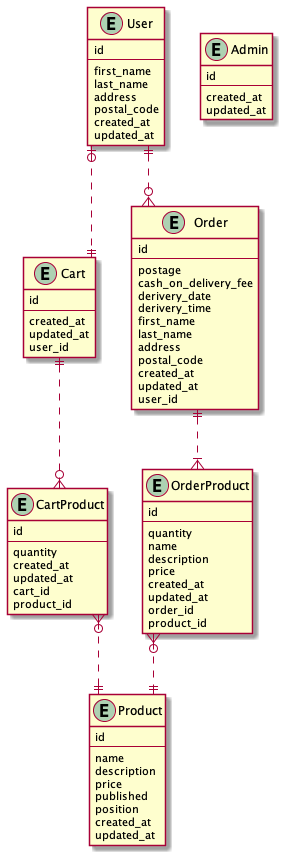
Before: out/db-model/db model.png, a diagram exported from PlantUML (Rei-Sogawa/sakura-2). The source it was exported from:
```plantuml
@startuml db model
skinparam linetype ortho

entity User {
  id
  --
  first_name
  last_name
  address
  postal_code
  created_at
  updated_at
}
entity Admin {
  id
  --
  created_at
  updated_at
}
entity Product {
  id
  --
  name
  description
  price
  published
  position
  created_at
  updated_at
}
entity Cart {
  id
  --
  created_at
  updated_at
  user_id
}
entity CartProduct {
  id
  --
  quantity
  created_at
  updated_at
  cart_id
  product_id
}
entity Order {
  id
  --
  postage
  cash_on_delivery_fee
  derivery_date
  derivery_time
  first_name
  last_name
  address
  postal_code
  created_at
  updated_at
  user_id
}
entity OrderProduct {
  id
  --
  quantity
  name
  description
  price
  created_at
  updated_at
  order_id
  product_id
}

User |o..|| Cart
Cart ||..o{ CartProduct
CartProduct }o..|| Product

User ||..o{ Order
Order ||..|{ OrderProduct
OrderProduct }o..|| Product
@enduml
```
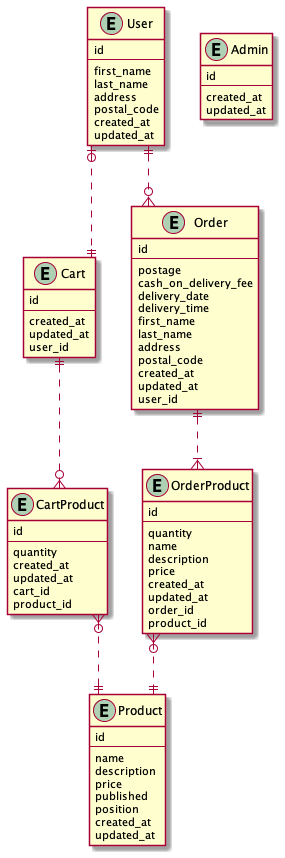
After the change.

Diff of the diagram source:
```diff
@@ -49,8 +49,8 @@
   --
   postage
   cash_on_delivery_fee
-  derivery_date
-  derivery_time
+  delivery_date
+  delivery_time
   first_name
   last_name
   address
```
